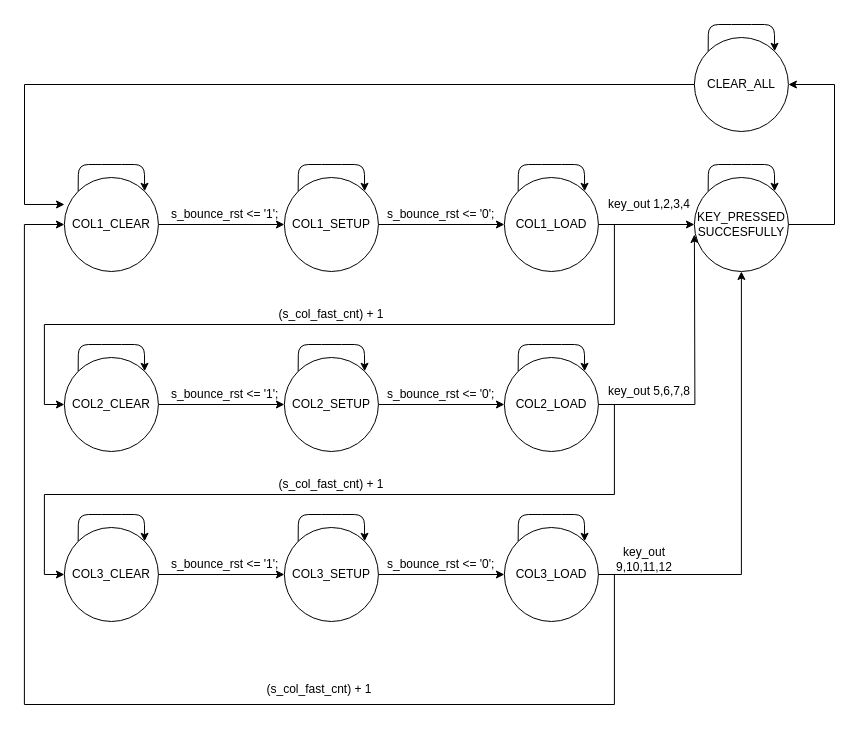
The draw.io diagram img/keybord_statemachine.drawio in gkaretka/DE1-projekt, before the edit. Source tidied: cells renumbered, new cells numbered last; positions are measured from the earlier drawing's top-left corner, leaving out a move shared by most shapes. Both pictures are drawn from the tidied source at 100%, with x=0, y=0 at pixel (24, 24).
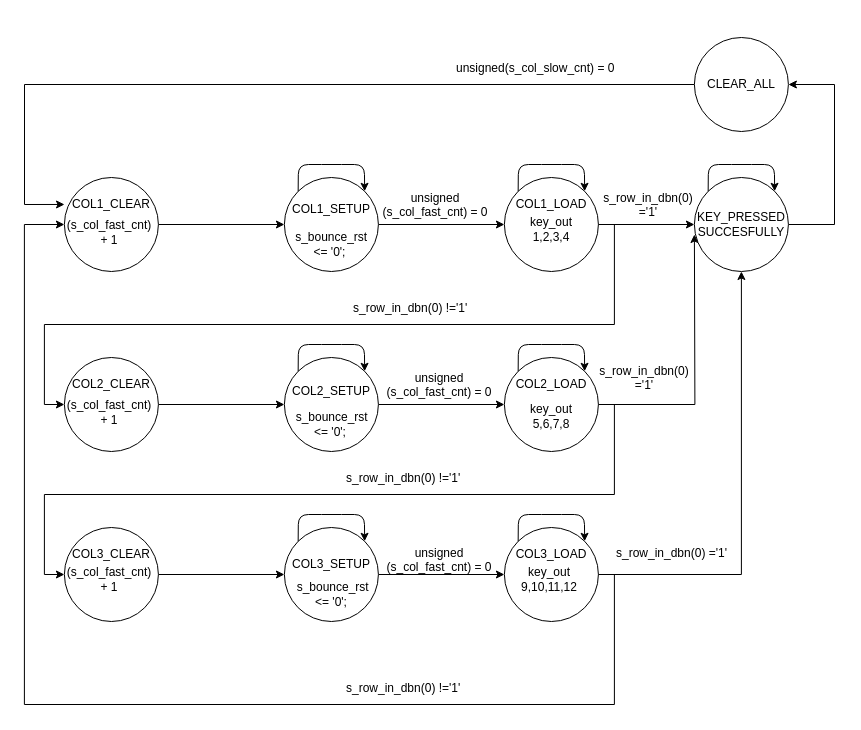
After the change.

The change refers to these unchanged cells:
```xml
<mxCell id="3" style="ellipse;whiteSpace=wrap;html=1;" parent="1" vertex="1">
  <mxGeometry x="39.9" y="153" width="94" height="94" as="geometry" />
</mxCell>
<mxCell id="18" style="ellipse;whiteSpace=wrap;html=1;" parent="1" vertex="1">
  <mxGeometry x="39.9" y="333" width="94" height="94" as="geometry" />
</mxCell>
<mxCell id="33" style="ellipse;whiteSpace=wrap;html=1;" parent="1" vertex="1">
  <mxGeometry x="39.9" y="503" width="94" height="94" as="geometry" />
</mxCell>
<mxCell id="52" style="ellipse;whiteSpace=wrap;html=1;" parent="1" vertex="1">
  <mxGeometry x="669.9" y="13" width="94" height="94" as="geometry" />
</mxCell>
```

Diff of the diagram source:
```diff
@@
     <mxCell id="4" value="COL1_CLEAR" style="text;html=1;strokeColor=none;fillColor=none;align=center;verticalAlign=middle;whiteSpace=wrap;rounded=0;" parent="1" vertex="1">
-      <mxGeometry x="66.9" y="190" width="40" height="20" as="geometry" />
+      <mxGeometry x="66.9" y="170" width="40" height="20" as="geometry" />
     </mxCell>
-    <mxCell id="5" style="endArrow=classic;html=1;exitX=0;exitY=0;exitDx=0;exitDy=0;entryX=1;entryY=0;entryDx=0;entryDy=0;" parent="1" edge="1" source="3" target="3">
-      <mxGeometry relative="1" as="geometry">
-        <Array as="points">
-          <mxPoint x="53.9" y="140" />
-          <mxPoint x="86.9" y="140" />
-          <mxPoint x="119.9" y="140" />
-        </Array>
-      </mxGeometry>
-    </mxCell>
@@
     <mxCell id="8" value="COL1_SETUP" style="text;html=1;strokeColor=none;fillColor=none;align=center;verticalAlign=middle;whiteSpace=wrap;rounded=0;" parent="1" vertex="1">
-      <mxGeometry x="286.9" y="190" width="40" height="20" as="geometry" />
+      <mxGeometry x="286.9" y="175" width="40" height="20" as="geometry" />
     </mxCell>
@@
     <mxCell id="13" value="COL1_LOAD" style="text;html=1;strokeColor=none;fillColor=none;align=center;verticalAlign=middle;whiteSpace=wrap;rounded=0;" parent="1" vertex="1">
-      <mxGeometry x="506.9" y="190" width="40" height="20" as="geometry" />
+      <mxGeometry x="506.9" y="170" width="40" height="20" as="geometry" />
     </mxCell>
@@
-    <mxCell id="15" value="&amp;nbsp;s_bounce_rst &amp;lt;= '1';" style="text;html=1;strokeColor=none;fillColor=none;align=center;verticalAlign=middle;whiteSpace=wrap;rounded=0;" parent="1" vertex="1">
-      <mxGeometry x="133.9" y="180" width="130" height="20" as="geometry" />
-    </mxCell>
     <mxCell id="16" value="&amp;nbsp;s_bounce_rst &amp;lt;= '0';" style="text;html=1;strokeColor=none;fillColor=none;align=center;verticalAlign=middle;whiteSpace=wrap;rounded=0;" parent="1" vertex="1">
-      <mxGeometry x="349.9" y="180" width="130" height="20" as="geometry" />
+      <mxGeometry x="263.4" y="195" width="85" height="50" as="geometry" />
     </mxCell>
@@
     <mxCell id="19" value="COL2_CLEAR" style="text;html=1;strokeColor=none;fillColor=none;align=center;verticalAlign=middle;whiteSpace=wrap;rounded=0;" parent="1" vertex="1">
-      <mxGeometry x="66.9" y="370" width="40" height="20" as="geometry" />
+      <mxGeometry x="66.9" y="350" width="40" height="20" as="geometry" />
     </mxCell>
-    <mxCell id="20" style="endArrow=classic;html=1;exitX=0;exitY=0;exitDx=0;exitDy=0;entryX=1;entryY=0;entryDx=0;entryDy=0;" parent="1" edge="1" source="18" target="18">
-      <mxGeometry relative="1" as="geometry">
-        <Array as="points">
-          <mxPoint x="53.9" y="320" />
-          <mxPoint x="86.9" y="320" />
-          <mxPoint x="119.9" y="320" />
-        </Array>
-      </mxGeometry>
-    </mxCell>
@@
     <mxCell id="23" value="COL2_SETUP" style="text;html=1;strokeColor=none;fillColor=none;align=center;verticalAlign=middle;whiteSpace=wrap;rounded=0;" parent="1" vertex="1">
-      <mxGeometry x="286.9" y="370" width="40" height="20" as="geometry" />
+      <mxGeometry x="286.9" y="356.5" width="40" height="20" as="geometry" />
     </mxCell>
@@
     <mxCell id="28" value="COL2_LOAD" style="text;html=1;strokeColor=none;fillColor=none;align=center;verticalAlign=middle;whiteSpace=wrap;rounded=0;" parent="1" vertex="1">
-      <mxGeometry x="506.9" y="370" width="40" height="20" as="geometry" />
+      <mxGeometry x="506.9" y="350" width="40" height="20" as="geometry" />
     </mxCell>
@@
-    <mxCell id="30" value="&amp;nbsp;s_bounce_rst &amp;lt;= '1';" style="text;html=1;strokeColor=none;fillColor=none;align=center;verticalAlign=middle;whiteSpace=wrap;rounded=0;" parent="1" vertex="1">
-      <mxGeometry x="133.9" y="360" width="130" height="20" as="geometry" />
-    </mxCell>
     <mxCell id="31" value="&amp;nbsp;s_bounce_rst &amp;lt;= '0';" style="text;html=1;strokeColor=none;fillColor=none;align=center;verticalAlign=middle;whiteSpace=wrap;rounded=0;" parent="1" vertex="1">
-      <mxGeometry x="349.9" y="360" width="130" height="20" as="geometry" />
+      <mxGeometry x="261.9" y="380" width="88.1" height="40" as="geometry" />
     </mxCell>
@@
+    <mxCell id="61" style="edgeStyle=orthogonalEdgeStyle;rounded=0;jettySize=auto;html=1;" parent="1" edge="1" source="34" target="59">
+      <mxGeometry relative="1" as="geometry">
+        <Array as="points">
+          <mxPoint x="80" y="550" />
+          <mxPoint x="80" y="550" />
+        </Array>
+      </mxGeometry>
+    </mxCell>
     <mxCell id="34" value="COL3_CLEAR" style="text;html=1;strokeColor=none;fillColor=none;align=center;verticalAlign=middle;whiteSpace=wrap;rounded=0;" parent="1" vertex="1">
-      <mxGeometry x="66.9" y="540" width="40" height="20" as="geometry" />
+      <mxGeometry x="66.9" y="520" width="40" height="20" as="geometry" />
     </mxCell>
-    <mxCell id="35" style="endArrow=classic;html=1;exitX=0;exitY=0;exitDx=0;exitDy=0;entryX=1;entryY=0;entryDx=0;entryDy=0;" parent="1" edge="1" source="33" target="33">
-      <mxGeometry relative="1" as="geometry">
-        <Array as="points">
-          <mxPoint x="53.9" y="490" />
-          <mxPoint x="86.9" y="490" />
-          <mxPoint x="119.9" y="490" />
-        </Array>
-      </mxGeometry>
-    </mxCell>
@@
     <mxCell id="38" value="COL3_SETUP" style="text;html=1;strokeColor=none;fillColor=none;align=center;verticalAlign=middle;whiteSpace=wrap;rounded=0;" parent="1" vertex="1">
-      <mxGeometry x="286.9" y="540" width="40" height="20" as="geometry" />
+      <mxGeometry x="286.9" y="530" width="40" height="20" as="geometry" />
     </mxCell>
@@
     <mxCell id="43" value="COL3_LOAD" style="text;html=1;strokeColor=none;fillColor=none;align=center;verticalAlign=middle;whiteSpace=wrap;rounded=0;" parent="1" vertex="1">
-      <mxGeometry x="506.9" y="540" width="40" height="20" as="geometry" />
+      <mxGeometry x="506.9" y="520" width="40" height="20" as="geometry" />
     </mxCell>
@@
-    <mxCell id="45" value="&amp;nbsp;s_bounce_rst &amp;lt;= '1';" style="text;html=1;strokeColor=none;fillColor=none;align=center;verticalAlign=middle;whiteSpace=wrap;rounded=0;" parent="1" vertex="1">
-      <mxGeometry x="133.9" y="530" width="130" height="20" as="geometry" />
-    </mxCell>
     <mxCell id="46" value="&amp;nbsp;s_bounce_rst &amp;lt;= '0';" style="text;html=1;strokeColor=none;fillColor=none;align=center;verticalAlign=middle;whiteSpace=wrap;rounded=0;" parent="1" vertex="1">
-      <mxGeometry x="349.9" y="530" width="130" height="20" as="geometry" />
+      <mxGeometry x="267.9" y="550" width="78.1" height="40" as="geometry" />
     </mxCell>
@@
-    <mxCell id="54" style="endArrow=classic;html=1;exitX=0;exitY=0;exitDx=0;exitDy=0;entryX=1;entryY=0;entryDx=0;entryDy=0;" parent="1" edge="1" source="52" target="52">
-      <mxGeometry relative="1" as="geometry">
-        <Array as="points">
-          <mxPoint x="683.9" />
-          <mxPoint x="716.9" />
-          <mxPoint x="749.9" />
-        </Array>
-      </mxGeometry>
-    </mxCell>
     <mxCell id="55" value="key_out 1,2,3,4" style="text;html=1;strokeColor=none;fillColor=none;align=center;verticalAlign=middle;whiteSpace=wrap;rounded=0;" parent="1" vertex="1">
-      <mxGeometry x="579.9" y="170" width="90" height="20" as="geometry" />
+      <mxGeometry x="488.9" y="190" width="76.1" height="30" as="geometry" />
     </mxCell>
     <mxCell id="56" value="key_out 5,6,7,8" style="text;html=1;strokeColor=none;fillColor=none;align=center;verticalAlign=middle;whiteSpace=wrap;rounded=0;" parent="1" vertex="1">
-      <mxGeometry x="579.9" y="356.5" width="90" height="20" as="geometry" />
+      <mxGeometry x="487.9" y="380" width="78.1" height="23.5" as="geometry" />
     </mxCell>
     <mxCell id="57" value="key_out 9,10,11,12" style="text;html=1;strokeColor=none;fillColor=none;align=center;verticalAlign=middle;whiteSpace=wrap;rounded=0;" parent="1" vertex="1">
-      <mxGeometry x="579.9" y="520" width="80" height="30" as="geometry" />
+      <mxGeometry x="485" y="540" width="80" height="30" as="geometry" />
     </mxCell>
     <mxCell id="58" value="(s_col_fast_cnt) + 1" style="text;html=1;strokeColor=none;fillColor=none;align=center;verticalAlign=middle;whiteSpace=wrap;rounded=0;" parent="1" vertex="1">
-      <mxGeometry x="241.9" y="280" width="130" height="20" as="geometry" />
+      <mxGeometry x="45" y="376.5" width="80.1" height="23.5" as="geometry" />
     </mxCell>
     <mxCell id="59" value="(s_col_fast_cnt) + 1" style="text;html=1;strokeColor=none;fillColor=none;align=center;verticalAlign=middle;whiteSpace=wrap;rounded=0;" parent="1" vertex="1">
-      <mxGeometry x="241.9" y="450" width="130" height="20" as="geometry" />
+      <mxGeometry x="50" y="540" width="70.1" height="30" as="geometry" />
     </mxCell>
     <mxCell id="60" value="(s_col_fast_cnt) + 1" style="text;html=1;strokeColor=none;fillColor=none;align=center;verticalAlign=middle;whiteSpace=wrap;rounded=0;" parent="1" vertex="1">
-      <mxGeometry x="229.9" y="655" width="130" height="20" as="geometry" />
+      <mxGeometry x="45" y="180" width="80.1" height="55" as="geometry" />
     </mxCell>
+    <mxCell id="62" value="unsigned&lt;br&gt;(s_col_fast_cnt) = 0" style="text;whiteSpace=wrap;html=1;align=center;" parent="1" vertex="1">
+      <mxGeometry x="349.9" y="515" width="130" height="50" as="geometry" />
+    </mxCell>
+    <mxCell id="63" value="unsigned&lt;br&gt;(s_col_fast_cnt) = 0" style="text;whiteSpace=wrap;html=1;align=center;" parent="1" vertex="1">
+      <mxGeometry x="349.9" y="340" width="130" height="50" as="geometry" />
+    </mxCell>
+    <mxCell id="64" value="unsigned&lt;br&gt;(s_col_fast_cnt) = 0" style="text;whiteSpace=wrap;html=1;align=center;" parent="1" vertex="1">
+      <mxGeometry x="346" y="160" width="130" height="50" as="geometry" />
+    </mxCell>
+    <mxCell id="65" value="s_row_in_dbn(0) !='1'" style="text;whiteSpace=wrap;html=1;" parent="1" vertex="1">
+      <mxGeometry x="320" y="650" width="140" height="30" as="geometry" />
+    </mxCell>
+    <mxCell id="66" value="s_row_in_dbn(0) !='1'" style="text;whiteSpace=wrap;html=1;" parent="1" vertex="1">
+      <mxGeometry x="320" y="440" width="140" height="30" as="geometry" />
+    </mxCell>
+    <mxCell id="67" value="s_row_in_dbn(0) !='1'" style="text;whiteSpace=wrap;html=1;" parent="1" vertex="1">
+      <mxGeometry x="326.9" y="270" width="140" height="30" as="geometry" />
+    </mxCell>
+    <mxCell id="68" value="s_row_in_dbn(0) ='1'" style="text;whiteSpace=wrap;html=1;rotation=0;" parent="1" vertex="1">
+      <mxGeometry x="590" y="515" width="140" height="30" as="geometry" />
+    </mxCell>
+    <mxCell id="69" value="s_row_in_dbn(0) ='1'" style="text;whiteSpace=wrap;html=1;align=center;" parent="1" vertex="1">
+      <mxGeometry x="573.9" y="160" width="100" height="50" as="geometry" />
+    </mxCell>
+    <mxCell id="70" value="s_row_in_dbn(0) ='1'" style="text;whiteSpace=wrap;html=1;align=center;" parent="1" vertex="1">
+      <mxGeometry x="569.9" y="333" width="100" height="50" as="geometry" />
+    </mxCell>
+    <mxCell id="71" value="unsigned(s_col_slow_cnt) = 0" style="text;whiteSpace=wrap;html=1;" parent="1" vertex="1">
+      <mxGeometry x="430" y="30" width="180" height="30" as="geometry" />
+    </mxCell>
```
